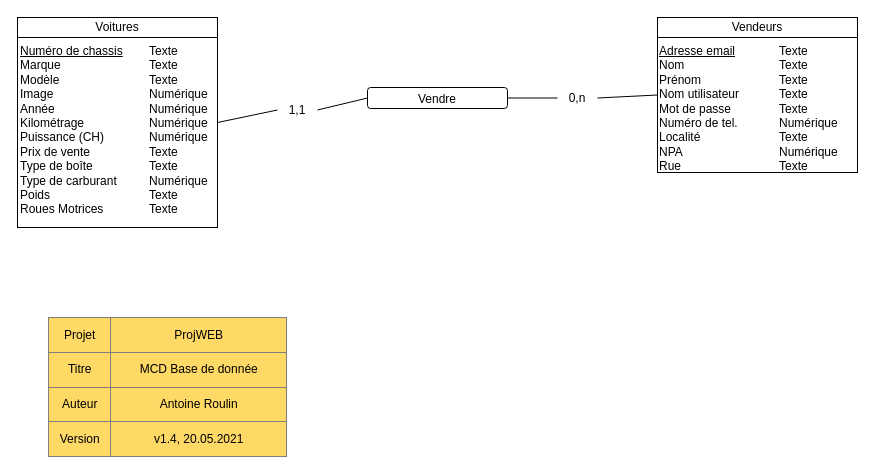
This is doc/MCD/MCD_ProjWEB_CLASSICCAR_ARN-NED.drawio from NicolasGlassey/PROJWEB-INFOWEB, a draw.io file, before an edit. Source tidied: cells renumbered, new cells numbered last; positions are measured from the earlier drawing's top-left corner, leaving out a move shared by most shapes. Both pictures are drawn from the tidied source at 100%, with x=0, y=0 at pixel (17, 17).
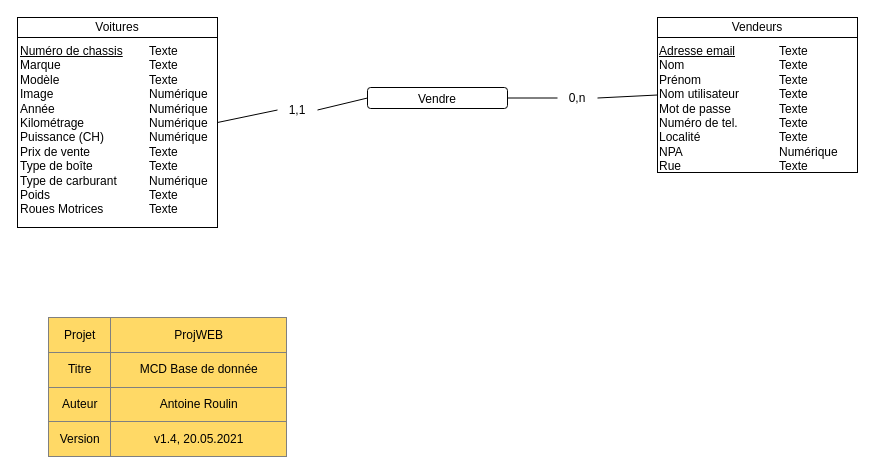
After the change.

What changed in the source:
```diff
@@
 <mxGraphModel>
   <root>
     <mxCell id="0" />
     <mxCell id="1" parent="0" />
     <mxCell id="2" value="&lt;div style=&quot;box-sizing: border-box ; width: 100% ; padding: 2px&quot;&gt;&lt;br&gt;&lt;/div&gt;" style="verticalAlign=top;align=center;overflow=fill;html=1;rounded=0;shadow=0;comic=0;labelBackgroundColor=none;strokeColor=#000000;strokeWidth=1;fillColor=#ffffff;fontFamily=Verdana;fontSize=12;fontColor=#000000;" parent="1" vertex="1">
       <mxGeometry width="200" height="210" as="geometry" />
     </mxCell>
     <mxCell id="3" value="Voitures" style="rounded=0;whiteSpace=wrap;html=1;" parent="1" vertex="1">
       <mxGeometry width="200" height="20" as="geometry" />
     </mxCell>
     <mxCell id="4" value="&lt;u&gt;Numéro de chassis&lt;br&gt;&lt;/u&gt;Marque&lt;br&gt;Modèle&lt;br&gt;Image&lt;br&gt;Année&lt;br&gt;Kilométrage&lt;br&gt;Puissance (CH)&lt;br&gt;Prix de vente&lt;br&gt;Type de boîte&lt;br&gt;Type de carburant&lt;br&gt;Poids&lt;br&gt;Roues Motrices" style="text;html=1;strokeColor=none;fillColor=none;align=left;verticalAlign=top;whiteSpace=wrap;rounded=0;" parent="1" vertex="1">
       <mxGeometry x="1" y="20" width="110" height="180" as="geometry" />
     </mxCell>
     <mxCell id="5" value="Texte&lt;br&gt;Texte&lt;br&gt;Texte&lt;br&gt;Numérique&lt;br&gt;Numérique&lt;br&gt;Numérique&lt;br&gt;Numérique&lt;br&gt;Texte&lt;br&gt;Texte&lt;br&gt;Numérique&lt;br&gt;Texte&lt;br&gt;Texte" style="text;html=1;strokeColor=none;fillColor=none;align=left;verticalAlign=top;whiteSpace=wrap;rounded=0;" parent="1" vertex="1">
       <mxGeometry x="130" y="20" width="70" height="180" as="geometry" />
     </mxCell>
     <mxCell id="6" value="&lt;div style=&quot;box-sizing: border-box ; width: 100% ; padding: 2px&quot;&gt;&lt;br&gt;&lt;/div&gt;" style="verticalAlign=top;align=center;overflow=fill;html=1;rounded=0;shadow=0;comic=0;labelBackgroundColor=none;strokeColor=#000000;strokeWidth=1;fillColor=#ffffff;fontFamily=Verdana;fontSize=12;fontColor=#000000;" parent="1" vertex="1">
       <mxGeometry x="640" width="200" height="155" as="geometry" />
     </mxCell>
     <mxCell id="7" value="Vendeurs" style="rounded=0;whiteSpace=wrap;html=1;" parent="1" vertex="1">
       <mxGeometry x="640" width="200" height="20" as="geometry" />
     </mxCell>
     <mxCell id="8" value="&lt;u&gt;Adresse email&lt;/u&gt;&lt;br&gt;Nom&lt;br&gt;Prénom&lt;br&gt;Nom utilisateur&lt;br&gt;Mot de passe&lt;br&gt;Numéro de tel.&lt;br&gt;Localité&lt;br&gt;NPA&lt;br&gt;Rue" style="text;html=1;strokeColor=none;fillColor=none;align=left;verticalAlign=top;whiteSpace=wrap;rounded=0;" parent="1" vertex="1">
       <mxGeometry x="640" y="20" width="100" height="110" as="geometry" />
     </mxCell>
-    <mxCell id="9" value="Texte&lt;br&gt;Texte&lt;br&gt;Texte&lt;br&gt;Texte&lt;br&gt;Texte&lt;br&gt;Numérique&lt;br&gt;Texte&lt;br&gt;Numérique&lt;br&gt;Texte" style="text;html=1;strokeColor=none;fillColor=none;align=left;verticalAlign=top;whiteSpace=wrap;rounded=0;" parent="1" vertex="1">
+    <mxCell id="9" value="Texte&lt;br&gt;Texte&lt;br&gt;Texte&lt;br&gt;Texte&lt;br&gt;Texte&lt;br&gt;Texte&lt;br&gt;Texte&lt;br&gt;Numérique&lt;br&gt;Texte" style="text;html=1;strokeColor=none;fillColor=none;align=left;verticalAlign=top;whiteSpace=wrap;rounded=0;" parent="1" vertex="1">
       <mxGeometry x="760" y="20" width="80" height="110" as="geometry" />
     </mxCell>
     <mxCell id="10" style="rounded=1;whiteSpace=wrap;html=1;" parent="1" vertex="1">
       <mxGeometry x="350" y="70" width="140" height="21" as="geometry" />
     </mxCell>
     <mxCell id="11" value="Vendre" style="text;html=1;strokeColor=none;fillColor=none;align=center;verticalAlign=middle;whiteSpace=wrap;rounded=0;" parent="1" vertex="1">
       <mxGeometry x="360" y="72" width="120" height="20" as="geometry" />
     </mxCell>
     <mxCell id="12" value="&lt;table border=&quot;1&quot; width=&quot;100%&quot; style=&quot;width: 100% ; height: 100% ; border-collapse: collapse&quot;&gt;&lt;tbody&gt;&lt;tr&gt;&lt;td align=&quot;center&quot;&gt;Projet&lt;/td&gt;&lt;td align=&quot;center&quot;&gt;ProjWEB&lt;/td&gt;&lt;/tr&gt;&lt;tr&gt;&lt;td align=&quot;center&quot;&gt;Titre&lt;/td&gt;&lt;td align=&quot;center&quot;&gt;MCD Base de donnée&lt;/td&gt;&lt;/tr&gt;&lt;tr&gt;&lt;td align=&quot;center&quot;&gt;Auteur&lt;/td&gt;&lt;td align=&quot;center&quot;&gt;Antoine Roulin&lt;/td&gt;&lt;/tr&gt;&lt;tr&gt;&lt;td style=&quot;text-align: center&quot;&gt;Version&lt;/td&gt;&lt;td style=&quot;text-align: center&quot;&gt;v1.4, 20.05.2021&lt;/td&gt;&lt;/tr&gt;&lt;/tbody&gt;&lt;/table&gt;" style="text;html=1;overflow=fill;labelBackgroundColor=#FFD966;" parent="1" vertex="1">
       <mxGeometry x="31" y="300" width="239" height="140" as="geometry" />
     </mxCell>
     <mxCell id="13" style="endArrow=none;html=1;exitX=1;exitY=0.5;exitDx=0;exitDy=0;entryX=0;entryY=0.5;entryDx=0;entryDy=0;startArrow=none;" parent="1" edge="1" source="14" target="10">
       <mxGeometry relative="1" as="geometry" />
     </mxCell>
     <mxCell id="14" value="1,1" style="text;html=1;strokeColor=none;fillColor=none;align=center;verticalAlign=middle;whiteSpace=wrap;rounded=0;" parent="1" vertex="1">
       <mxGeometry x="260" y="80" width="40" height="25" as="geometry" />
     </mxCell>
     <mxCell id="15" style="endArrow=none;html=1;exitX=1;exitY=0.5;exitDx=0;exitDy=0;entryX=0;entryY=0.5;entryDx=0;entryDy=0;" parent="1" edge="1" source="2" target="14">
       <mxGeometry relative="1" as="geometry" />
     </mxCell>
     <mxCell id="16" style="endArrow=none;html=1;exitX=1;exitY=0.5;exitDx=0;exitDy=0;entryX=0;entryY=0.5;entryDx=0;entryDy=0;startArrow=none;" parent="1" edge="1" source="17" target="6">
       <mxGeometry relative="1" as="geometry" />
     </mxCell>
     <mxCell id="17" value="0,n" style="text;html=1;strokeColor=none;fillColor=none;align=center;verticalAlign=middle;whiteSpace=wrap;rounded=0;" parent="1" vertex="1">
       <mxGeometry x="540" y="68" width="40" height="25" as="geometry" />
     </mxCell>
     <mxCell id="18" style="endArrow=none;html=1;exitX=1;exitY=0.5;exitDx=0;exitDy=0;entryX=0;entryY=0.5;entryDx=0;entryDy=0;" parent="1" edge="1" source="10" target="17">
       <mxGeometry relative="1" as="geometry" />
     </mxCell>
   </root>
 </mxGraphModel>
```
